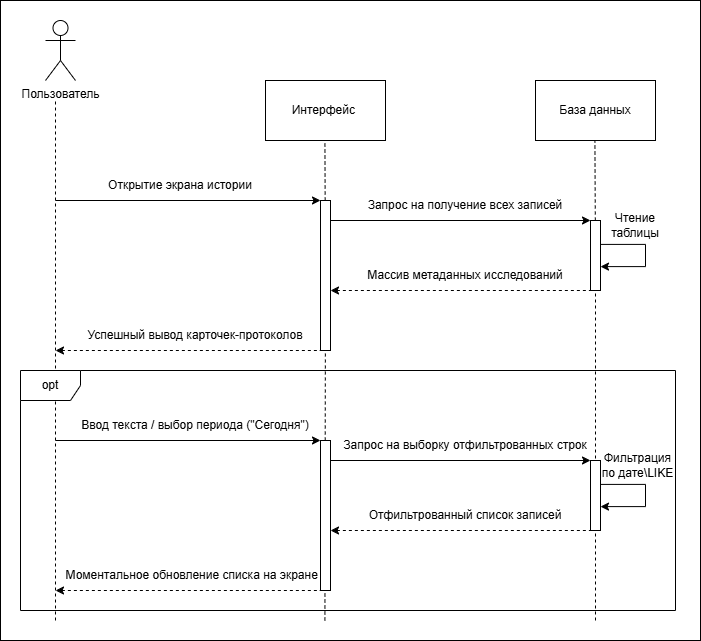
Earlier version of the draw.io export Documentation/Diagrams/Диаграмма последовательности Курсовая.png (GFooX9/CourseWork2026). Source tidied: cells renumbered, new cells last; positions are measured from the earlier drawing's top-left corner, leaving out a move shared by most shapes.
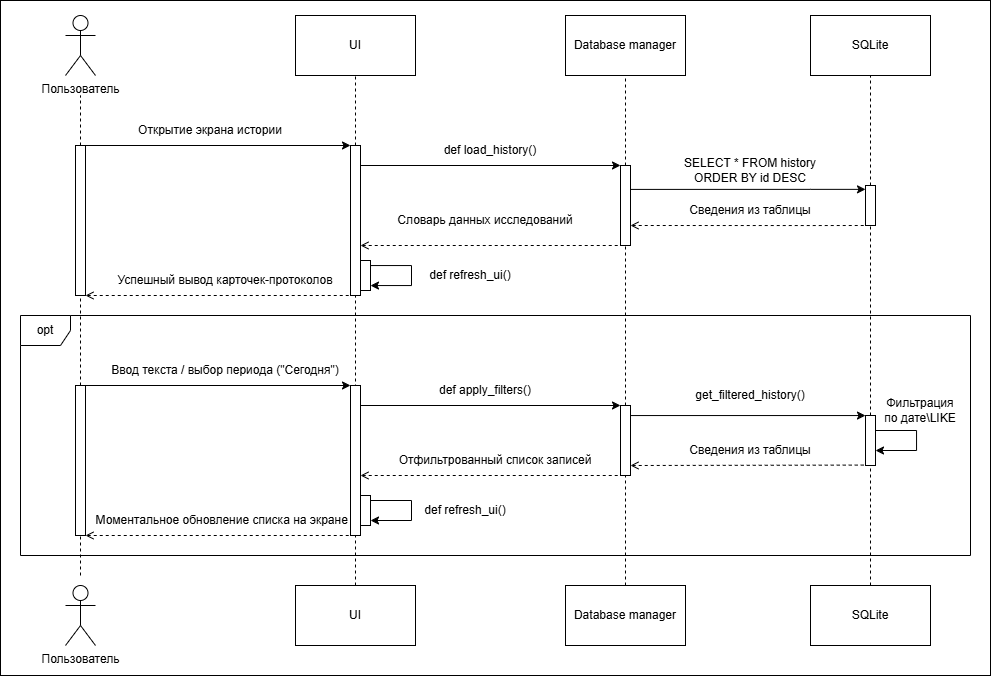
After the commit.

Change to the diagram source:
```diff
@@ -3,52 +3,43 @@
     <mxCell id="0" />
     <mxCell id="1" parent="0" />
     <mxCell id="2" value="Пользователь" style="shape=umlActor;verticalLabelPosition=bottom;verticalAlign=top;html=1;" parent="1" vertex="1">
-      <mxGeometry x="45" y="20" width="30" height="60" as="geometry" />
+      <mxGeometry x="35" y="70" width="30" height="60" as="geometry" />
     </mxCell>
-    <mxCell id="3" value="Интерфейс&amp;nbsp;" style="rounded=0;whiteSpace=wrap;html=1;fillColor=none;" parent="1" vertex="1">
-      <mxGeometry x="265" y="80" width="120" height="60" as="geometry" />
+    <mxCell id="3" value="UI" style="rounded=0;whiteSpace=wrap;html=1;fillColor=none;" parent="1" vertex="1">
+      <mxGeometry x="265" y="70" width="120" height="60" as="geometry" />
     </mxCell>
-    <mxCell id="4" value="База данных" style="rounded=0;whiteSpace=wrap;html=1;fillColor=none;" parent="1" vertex="1">
-      <mxGeometry x="535" y="80" width="120" height="60" as="geometry" />
+    <mxCell id="4" value="Database manager" style="rounded=0;whiteSpace=wrap;html=1;fillColor=none;" parent="1" vertex="1">
+      <mxGeometry x="535" y="70" width="120" height="60" as="geometry" />
     </mxCell>
-    <mxCell id="5" style="endArrow=none;dashed=1;html=1;rounded=0;" parent="1" edge="1">
+    <mxCell id="5" style="endArrow=none;dashed=1;html=1;rounded=0;" parent="1" edge="1" source="64">
       <mxGeometry relative="1" as="geometry">
-        <mxPoint x="55" y="620" as="sourcePoint" />
-        <mxPoint x="55" y="100" as="targetPoint" />
+        <mxPoint x="50" y="150" as="targetPoint" />
       </mxGeometry>
     </mxCell>
-    <mxCell id="6" style="endArrow=none;dashed=1;html=1;rounded=0;" parent="1" edge="1" source="9">
-      <mxGeometry relative="1" as="geometry">
-        <mxPoint x="324.4" y="140" as="targetPoint" />
-      </mxGeometry>
+    <mxCell id="6" style="endArrow=none;dashed=1;html=1;rounded=0;" parent="1" edge="1" source="9" target="3">
+      <mxGeometry relative="1" as="geometry" />
     </mxCell>
-    <mxCell id="7" style="endArrow=none;dashed=1;html=1;rounded=0;" parent="1" edge="1" source="11">
-      <mxGeometry relative="1" as="geometry">
-        <mxPoint x="594.4" y="140" as="targetPoint" />
-      </mxGeometry>
+    <mxCell id="7" style="endArrow=none;dashed=1;html=1;rounded=0;" parent="1" edge="1" source="11" target="4">
+      <mxGeometry relative="1" as="geometry" />
     </mxCell>
-    <mxCell id="8" style="endArrow=none;dashed=1;html=1;rounded=0;" parent="1" edge="1" target="9">
-      <mxGeometry relative="1" as="geometry">
-        <mxPoint x="324.4" y="620" as="sourcePoint" />
-      </mxGeometry>
+    <mxCell id="8" style="endArrow=none;dashed=1;html=1;rounded=0;exitX=0.5;exitY=0;exitDx=0;exitDy=0;" parent="1" edge="1" source="59" target="9">
+      <mxGeometry relative="1" as="geometry" />
     </mxCell>
     <mxCell id="9" style="rounded=0;whiteSpace=wrap;html=1;" parent="1" vertex="1">
       <mxGeometry x="320" y="200" width="10" height="150" as="geometry" />
     </mxCell>
-    <mxCell id="10" style="endArrow=none;dashed=1;html=1;rounded=0;" parent="1" edge="1" target="11">
-      <mxGeometry relative="1" as="geometry">
-        <mxPoint x="595" y="620" as="sourcePoint" />
-      </mxGeometry>
+    <mxCell id="10" style="endArrow=none;dashed=1;html=1;rounded=0;exitX=0.5;exitY=0;exitDx=0;exitDy=0;" parent="1" edge="1" source="60" target="11">
+      <mxGeometry relative="1" as="geometry" />
     </mxCell>
     <mxCell id="11" style="rounded=0;whiteSpace=wrap;html=1;" parent="1" vertex="1">
-      <mxGeometry x="590" y="220" width="10" height="70" as="geometry" />
+      <mxGeometry x="590" y="220" width="10" height="80" as="geometry" />
     </mxCell>
     <mxCell id="12" style="endArrow=classic;html=1;rounded=0;entryX=0;entryY=0;entryDx=0;entryDy=0;" parent="1" edge="1" target="9">
       <mxGeometry relative="1" as="geometry">
         <mxPoint x="55" y="200" as="sourcePoint" />
       </mxGeometry>
     </mxCell>
-    <mxCell id="13" style="endArrow=none;html=1;rounded=0;entryX=0;entryY=0;entryDx=0;entryDy=0;endFill=0;startArrow=classic;startFill=1;dashed=1;" parent="1" edge="1">
+    <mxCell id="13" style="endArrow=none;html=1;rounded=0;entryX=0;entryY=0;entryDx=0;entryDy=0;endFill=0;startArrow=open;startFill=0;dashed=1;" parent="1" edge="1">
       <mxGeometry relative="1" as="geometry">
         <mxPoint x="55" y="350" as="sourcePoint" />
         <mxPoint x="320" y="350" as="targetPoint" />
@@ -59,26 +50,20 @@
         <mxPoint x="330" y="220" as="sourcePoint" />
       </mxGeometry>
     </mxCell>
-    <mxCell id="15" style="endArrow=none;html=1;rounded=0;entryX=0;entryY=0;entryDx=0;entryDy=0;endFill=0;startArrow=classic;startFill=1;dashed=1;" parent="1" edge="1">
+    <mxCell id="15" style="endArrow=none;html=1;rounded=0;endFill=0;startArrow=open;startFill=0;dashed=1;" parent="1" edge="1">
       <mxGeometry relative="1" as="geometry">
-        <mxPoint x="330" y="290" as="sourcePoint" />
-        <mxPoint x="595" y="290" as="targetPoint" />
+        <mxPoint x="330" y="300" as="sourcePoint" />
+        <mxPoint x="590" y="300" as="targetPoint" />
       </mxGeometry>
     </mxCell>
     <mxCell id="16" value="Открытие экрана истории" style="text;html=1;whiteSpace=wrap;strokeColor=none;fillColor=none;align=center;verticalAlign=middle;rounded=0;" parent="1" vertex="1">
       <mxGeometry x="95" y="170" width="170" height="30" as="geometry" />
     </mxCell>
-    <mxCell id="17" value="Запрос на получение всех записей" style="text;html=1;whiteSpace=wrap;strokeColor=none;fillColor=none;align=center;verticalAlign=middle;rounded=0;" parent="1" vertex="1">
-      <mxGeometry x="365" y="190" width="200" height="30" as="geometry" />
-    </mxCell>
-    <mxCell id="18" value="Массив метаданных исследований" style="text;html=1;whiteSpace=wrap;strokeColor=none;fillColor=none;align=center;verticalAlign=middle;rounded=0;" parent="1" vertex="1">
-      <mxGeometry x="365" y="260" width="200" height="30" as="geometry" />
-    </mxCell>
     <mxCell id="19" value="Успешный вывод карточек-протоколов" style="text;html=1;whiteSpace=wrap;strokeColor=none;fillColor=none;align=center;verticalAlign=middle;rounded=0;" parent="1" vertex="1">
       <mxGeometry x="85" y="320" width="220" height="30" as="geometry" />
     </mxCell>
-    <mxCell id="20" value="opt" style="shape=umlFrame;whiteSpace=wrap;html=1;" parent="1" vertex="1">
-      <mxGeometry x="20" y="370" width="655" height="240" as="geometry" />
+    <mxCell id="20" value="opt" style="shape=umlFrame;whiteSpace=wrap;html=1;width=50;height=30;" parent="1" vertex="1">
+      <mxGeometry x="-10" y="370" width="950" height="240" as="geometry" />
     </mxCell>
     <mxCell id="21" style="rounded=0;whiteSpace=wrap;html=1;" parent="1" vertex="1">
       <mxGeometry x="320" y="440" width="10" height="150" as="geometry" />
@@ -91,21 +76,16 @@
         <mxPoint x="55" y="440" as="sourcePoint" />
       </mxGeometry>
     </mxCell>
-    <mxCell id="24" value="Запрос на выборку отфильтрованных строк" style="text;html=1;whiteSpace=wrap;strokeColor=none;fillColor=none;align=center;verticalAlign=middle;rounded=0;" parent="1" vertex="1">
-      <mxGeometry x="335" y="430" width="260" height="30" as="geometry" />
-    </mxCell>
-    <mxCell id="25" style="endArrow=classic;html=1;rounded=0;entryX=0;entryY=0;entryDx=0;entryDy=0;" parent="1" edge="1" target="26">
+    <mxCell id="25" style="endArrow=classic;html=1;rounded=0;entryX=0;entryY=0;entryDx=0;entryDy=0;" parent="1" edge="1">
       <mxGeometry relative="1" as="geometry">
         <mxPoint x="330" y="460" as="sourcePoint" />
+        <mxPoint x="590" y="460" as="targetPoint" />
       </mxGeometry>
     </mxCell>
-    <mxCell id="26" style="rounded=0;whiteSpace=wrap;html=1;" parent="1" vertex="1">
-      <mxGeometry x="590" y="460" width="10" height="70" as="geometry" />
-    </mxCell>
     <mxCell id="27" value="Отфильтрованный список записей" style="text;html=1;whiteSpace=wrap;strokeColor=none;fillColor=none;align=center;verticalAlign=middle;rounded=0;" parent="1" vertex="1">
       <mxGeometry x="365" y="500" width="200" height="30" as="geometry" />
     </mxCell>
-    <mxCell id="28" style="endArrow=none;html=1;rounded=0;entryX=0;entryY=0;entryDx=0;entryDy=0;endFill=0;startArrow=classic;startFill=1;dashed=1;" parent="1" edge="1">
+    <mxCell id="28" style="endArrow=none;html=1;rounded=0;entryX=0;entryY=0;entryDx=0;entryDy=0;endFill=0;startArrow=open;startFill=0;dashed=1;" parent="1" edge="1">
       <mxGeometry relative="1" as="geometry">
         <mxPoint x="330" y="530" as="sourcePoint" />
         <mxPoint x="595" y="530" as="targetPoint" />
@@ -114,42 +94,158 @@
     <mxCell id="29" value="&amp;nbsp;Моментальное обновление списка на экране" style="text;html=1;whiteSpace=wrap;strokeColor=none;fillColor=none;align=center;verticalAlign=middle;rounded=0;" parent="1" vertex="1">
       <mxGeometry x="60" y="560" width="260" height="30" as="geometry" />
     </mxCell>
-    <mxCell id="30" style="endArrow=none;html=1;rounded=0;entryX=0;entryY=0;entryDx=0;entryDy=0;endFill=0;startArrow=classic;startFill=1;dashed=1;" parent="1" edge="1">
+    <mxCell id="30" style="endArrow=none;html=1;rounded=0;entryX=0;entryY=0;entryDx=0;entryDy=0;endFill=0;startArrow=open;startFill=0;dashed=1;" parent="1" edge="1">
       <mxGeometry relative="1" as="geometry">
         <mxPoint x="55" y="590" as="sourcePoint" />
         <mxPoint x="320" y="590" as="targetPoint" />
       </mxGeometry>
     </mxCell>
-    <mxCell id="31" style="endArrow=classic;html=1;rounded=0;entryX=1;entryY=0.75;entryDx=0;entryDy=0;edgeStyle=orthogonalEdgeStyle;exitX=1.023;exitY=0.433;exitDx=0;exitDy=0;exitPerimeter=0;" parent="1" edge="1">
+    <mxCell id="31" style="endArrow=classic;html=1;rounded=0;edgeStyle=orthogonalEdgeStyle;exitX=0.383;exitY=0.345;exitDx=0;exitDy=0;exitPerimeter=0;" parent="1" edge="1" source="42" target="44">
       <mxGeometry relative="1" as="geometry">
-        <mxPoint x="600.2" y="483.9" as="sourcePoint" />
-        <mxPoint x="600" y="506.1" as="targetPoint" />
         <Array as="points">
-          <mxPoint x="600" y="483.6" />
-          <mxPoint x="645" y="483.6" />
-          <mxPoint x="645" y="505.6" />
+          <mxPoint x="594" y="470" />
         </Array>
       </mxGeometry>
     </mxCell>
-    <mxCell id="32" style="endArrow=classic;html=1;rounded=0;entryX=1;entryY=0.75;entryDx=0;entryDy=0;edgeStyle=orthogonalEdgeStyle;exitX=1.023;exitY=0.433;exitDx=0;exitDy=0;exitPerimeter=0;" parent="1" edge="1">
+    <mxCell id="32" style="endArrow=classic;html=1;rounded=0;edgeStyle=orthogonalEdgeStyle;exitX=1.023;exitY=0.433;exitDx=0;exitDy=0;exitPerimeter=0;" parent="1" edge="1" target="39">
       <mxGeometry relative="1" as="geometry">
         <mxPoint x="600.2" y="243.9" as="sourcePoint" />
-        <mxPoint x="600" y="266.1" as="targetPoint" />
         <Array as="points">
-          <mxPoint x="600" y="243.6" />
-          <mxPoint x="645" y="243.6" />
-          <mxPoint x="645" y="265.6" />
+          <mxPoint x="780" y="244" />
+          <mxPoint x="780" y="244" />
         </Array>
       </mxGeometry>
     </mxCell>
-    <mxCell id="33" value="Чтение таблицы" style="text;html=1;whiteSpace=wrap;strokeColor=none;fillColor=none;align=center;verticalAlign=middle;rounded=0;" parent="1" vertex="1">
-      <mxGeometry x="605" y="210" width="60" height="30" as="geometry" />
-    </mxCell>
     <mxCell id="34" value="Фильтрация по дате\LIKE" style="text;html=1;whiteSpace=wrap;strokeColor=none;fillColor=none;align=center;verticalAlign=middle;rounded=0;" parent="1" vertex="1">
-      <mxGeometry x="600" y="450" width="75" height="30" as="geometry" />
+      <mxGeometry x="850" y="450" width="80" height="30" as="geometry" />
     </mxCell>
     <mxCell id="35" style="rounded=0;whiteSpace=wrap;html=1;fillColor=none;" parent="1" vertex="1">
-      <mxGeometry width="700" height="640" as="geometry" />
+      <mxGeometry x="-30" y="55" width="990" height="675" as="geometry" />
     </mxCell>
+    <mxCell id="36" value="SQLite" style="rounded=0;whiteSpace=wrap;html=1;fillColor=none;" parent="1" vertex="1">
+      <mxGeometry x="780" y="70" width="120" height="60" as="geometry" />
+    </mxCell>
+    <mxCell id="37" style="endArrow=none;dashed=1;html=1;rounded=0;" parent="1" edge="1" source="39" target="36">
+      <mxGeometry relative="1" as="geometry" />
+    </mxCell>
+    <mxCell id="38" style="endArrow=none;dashed=1;html=1;rounded=0;" parent="1" edge="1" source="44" target="39">
+      <mxGeometry relative="1" as="geometry" />
+    </mxCell>
+    <mxCell id="39" style="rounded=0;whiteSpace=wrap;html=1;" parent="1" vertex="1">
+      <mxGeometry x="835" y="240" width="10" height="40" as="geometry" />
+    </mxCell>
+    <mxCell id="40" value="Словарь данных исследований" style="text;html=1;whiteSpace=wrap;strokeColor=none;fillColor=none;align=center;verticalAlign=middle;rounded=0;" parent="1" vertex="1">
+      <mxGeometry x="355" y="260" width="200" height="30" as="geometry" />
+    </mxCell>
+    <mxCell id="41" style="endArrow=none;html=1;rounded=0;endFill=0;startArrow=open;startFill=0;dashed=1;edgeStyle=orthogonalEdgeStyle;" parent="1" edge="1">
+      <mxGeometry relative="1" as="geometry">
+        <mxPoint x="600" y="280" as="sourcePoint" />
+        <mxPoint x="835" y="280" as="targetPoint" />
+        <Array as="points">
+          <mxPoint x="780" y="280" />
+          <mxPoint x="780" y="280" />
+        </Array>
+      </mxGeometry>
+    </mxCell>
+    <mxCell id="42" style="rounded=0;whiteSpace=wrap;html=1;" parent="1" vertex="1">
+      <mxGeometry x="590" y="460" width="10" height="70" as="geometry" />
+    </mxCell>
+    <mxCell id="43" style="endArrow=none;dashed=1;html=1;rounded=0;exitX=0.5;exitY=0;exitDx=0;exitDy=0;" parent="1" edge="1" source="61" target="44">
+      <mxGeometry relative="1" as="geometry" />
+    </mxCell>
+    <mxCell id="44" style="rounded=0;whiteSpace=wrap;html=1;" parent="1" vertex="1">
+      <mxGeometry x="835" y="470" width="10" height="50" as="geometry" />
+    </mxCell>
+    <mxCell id="45" value="get_filtered_history()" style="text;html=1;whiteSpace=wrap;strokeColor=none;fillColor=none;align=center;verticalAlign=middle;rounded=0;" parent="1" vertex="1">
+      <mxGeometry x="625" y="435" width="190" height="30" as="geometry" />
+    </mxCell>
+    <mxCell id="46" value="def apply_filters()" style="text;html=1;whiteSpace=wrap;strokeColor=none;fillColor=none;align=center;verticalAlign=middle;rounded=0;" parent="1" vertex="1">
+      <mxGeometry x="400" y="430" width="110" height="30" as="geometry" />
+    </mxCell>
+    <mxCell id="47" value="def refresh_ui()" style="text;html=1;whiteSpace=wrap;strokeColor=none;fillColor=none;align=center;verticalAlign=middle;rounded=0;" parent="1" vertex="1">
+      <mxGeometry x="385" y="315" width="110" height="30" as="geometry" />
+    </mxCell>
+    <mxCell id="48" value="def load_history()" style="text;html=1;whiteSpace=wrap;strokeColor=none;fillColor=none;align=center;verticalAlign=middle;rounded=0;" parent="1" vertex="1">
+      <mxGeometry x="395" y="190" width="130" height="30" as="geometry" />
+    </mxCell>
+    <mxCell id="49" value="SELECT * FROM history ORDER BY id DESC" style="text;html=1;whiteSpace=wrap;strokeColor=none;fillColor=none;align=center;verticalAlign=middle;rounded=0;" parent="1" vertex="1">
+      <mxGeometry x="630" y="210" width="180" height="30" as="geometry" />
+    </mxCell>
+    <mxCell id="50" value="Сведения из таблицы" style="text;html=1;whiteSpace=wrap;strokeColor=none;fillColor=none;align=center;verticalAlign=middle;rounded=0;" parent="1" vertex="1">
+      <mxGeometry x="620" y="250" width="200" height="30" as="geometry" />
+    </mxCell>
+    <mxCell id="51" style="endArrow=none;html=1;rounded=0;entryX=0;entryY=0;entryDx=0;entryDy=0;endFill=0;startArrow=open;startFill=0;dashed=1;" parent="1" edge="1">
+      <mxGeometry relative="1" as="geometry">
+        <mxPoint x="600" y="520" as="sourcePoint" />
+        <mxPoint x="835" y="519.6" as="targetPoint" />
+      </mxGeometry>
+    </mxCell>
+    <mxCell id="52" style="endArrow=classic;html=1;rounded=0;exitX=1;exitY=0.25;exitDx=0;exitDy=0;edgeStyle=orthogonalEdgeStyle;" parent="1" edge="1" source="53" target="53">
+      <mxGeometry relative="1" as="geometry">
+        <Array as="points">
+          <mxPoint x="340" y="320" />
+          <mxPoint x="381" y="320" />
+          <mxPoint x="381" y="340" />
+        </Array>
+      </mxGeometry>
+    </mxCell>
+    <mxCell id="53" style="rounded=0;whiteSpace=wrap;html=1;" parent="1" vertex="1">
+      <mxGeometry x="330" y="315" width="10" height="30" as="geometry" />
+    </mxCell>
+    <mxCell id="54" style="rounded=0;whiteSpace=wrap;html=1;" parent="1" vertex="1">
+      <mxGeometry x="330" y="550" width="10" height="30" as="geometry" />
+    </mxCell>
+    <mxCell id="55" style="endArrow=classic;html=1;rounded=0;exitX=1;exitY=0.25;exitDx=0;exitDy=0;edgeStyle=orthogonalEdgeStyle;" parent="1" edge="1" source="54" target="54">
+      <mxGeometry relative="1" as="geometry">
+        <Array as="points">
+          <mxPoint x="340" y="555" />
+          <mxPoint x="381" y="555" />
+          <mxPoint x="381" y="575" />
+        </Array>
+      </mxGeometry>
+    </mxCell>
+    <mxCell id="56" value="def refresh_ui()" style="text;html=1;whiteSpace=wrap;strokeColor=none;fillColor=none;align=center;verticalAlign=middle;rounded=0;" parent="1" vertex="1">
+      <mxGeometry x="380" y="550" width="110" height="30" as="geometry" />
+    </mxCell>
+    <mxCell id="57" value="Сведения из таблицы" style="text;html=1;whiteSpace=wrap;strokeColor=none;fillColor=none;align=center;verticalAlign=middle;rounded=0;" parent="1" vertex="1">
+      <mxGeometry x="620" y="490" width="200" height="30" as="geometry" />
+    </mxCell>
+    <mxCell id="58" style="endArrow=classic;html=1;rounded=0;exitX=1;exitY=0.25;exitDx=0;exitDy=0;edgeStyle=orthogonalEdgeStyle;" parent="1" edge="1">
+      <mxGeometry relative="1" as="geometry">
+        <mxPoint x="845" y="488" as="sourcePoint" />
+        <mxPoint x="845" y="505" as="targetPoint" />
+        <Array as="points">
+          <mxPoint x="845" y="485" />
+          <mxPoint x="886" y="485" />
+          <mxPoint x="886" y="505" />
+        </Array>
+      </mxGeometry>
+    </mxCell>
+    <mxCell id="59" value="UI" style="rounded=0;whiteSpace=wrap;html=1;fillColor=none;" parent="1" vertex="1">
+      <mxGeometry x="265" y="640" width="120" height="60" as="geometry" />
+    </mxCell>
+    <mxCell id="60" value="Database manager" style="rounded=0;whiteSpace=wrap;html=1;fillColor=none;" parent="1" vertex="1">
+      <mxGeometry x="535" y="640" width="120" height="60" as="geometry" />
+    </mxCell>
+    <mxCell id="61" value="SQLite" style="rounded=0;whiteSpace=wrap;html=1;fillColor=none;" parent="1" vertex="1">
+      <mxGeometry x="780" y="640" width="120" height="60" as="geometry" />
+    </mxCell>
+    <mxCell id="62" value="Пользователь" style="shape=umlActor;verticalLabelPosition=bottom;verticalAlign=top;html=1;" parent="1" vertex="1">
+      <mxGeometry x="35" y="640" width="30" height="60" as="geometry" />
+    </mxCell>
+    <mxCell id="63" style="endArrow=none;dashed=1;html=1;rounded=0;" parent="1" edge="1" source="66" target="64">
+      <mxGeometry relative="1" as="geometry" />
+    </mxCell>
+    <mxCell id="64" style="rounded=0;whiteSpace=wrap;html=1;" parent="1" vertex="1">
+      <mxGeometry x="45" y="200" width="10" height="150" as="geometry" />
+    </mxCell>
+    <mxCell id="65" style="endArrow=none;dashed=1;html=1;rounded=0;" parent="1" edge="1" target="66">
+      <mxGeometry relative="1" as="geometry">
+        <mxPoint x="50" y="630" as="sourcePoint" />
+      </mxGeometry>
+    </mxCell>
+    <mxCell id="66" style="rounded=0;whiteSpace=wrap;html=1;" parent="1" vertex="1">
+      <mxGeometry x="45" y="440" width="10" height="150" as="geometry" />
+    </mxCell>
   </root>
 </mxGraphModel>
```
